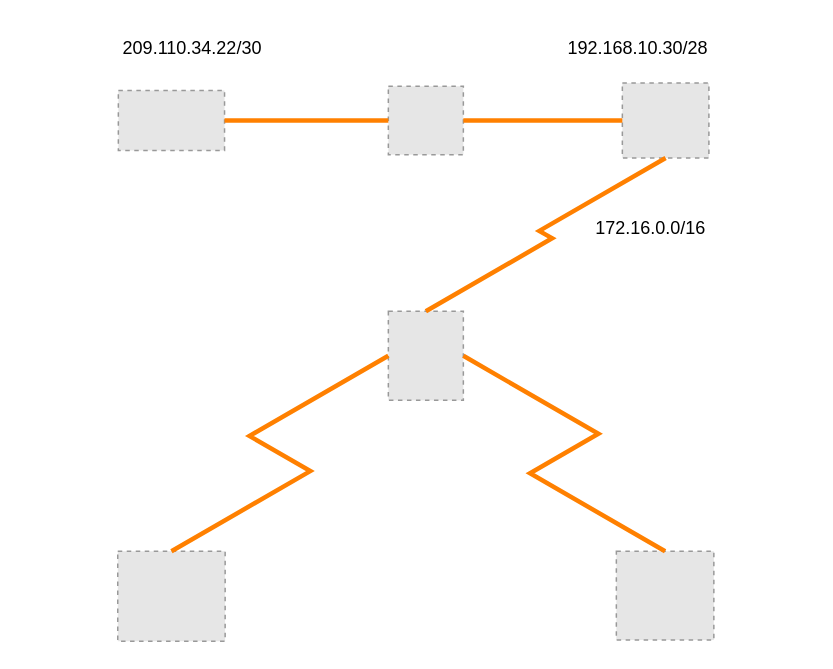
Before: Documentation/Router/静态路由案例.drawio in KerwinKwong/Draw, a draw.io diagram. Source tidied: cells renumbered, new cells numbered last; positions are measured from the earlier drawing's top-left corner, leaving out a move shared by most shapes. Both pictures are drawn from the tidied source at 150%, with x=0, y=0 at pixel (117, 26). Pictures stored in the file or linked from it are replaced by grey dashed boxes.
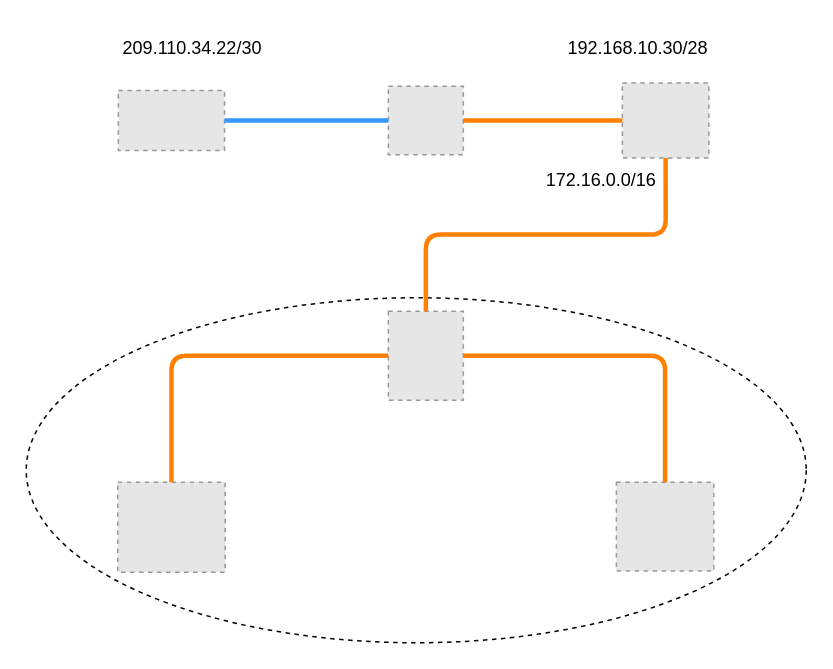
The same page after the edit.

Commit message (it also covers changes not shown here):
更新静态路由案例.drawio

The edit, as a diff of the source:
```diff
@@
 <mxGraphModel>
   <root>
     <mxCell id="0" />
     <mxCell id="1" parent="0" />
+    <mxCell id="16" style="ellipse;whiteSpace=wrap;html=1;dashed=1;fillColor=none;" parent="1" vertex="1">
+      <mxGeometry x="-61" y="181" width="520" height="230" as="geometry" />
+    </mxCell>
     <mxCell id="2" style="fillColor=#E6E6E6;strokeColor=#999999;dashed=1;verticalLabelPosition=bottom;labelBackgroundColor=default;verticalAlign=top;" parent="1" vertex="1">
       <mxGeometry x="180.4" y="40" width="50" height="45.6" as="geometry" />
     </mxCell>
     <mxCell id="3" style="fillColor=#E6E6E6;strokeColor=#999999;dashed=1;verticalLabelPosition=bottom;labelBackgroundColor=default;verticalAlign=top;" parent="1" vertex="1">
       <mxGeometry x="180.4" y="190" width="50" height="59.4" as="geometry" />
     </mxCell>
     <mxCell id="4" style="fillColor=#E6E6E6;strokeColor=#999999;dashed=1;verticalLabelPosition=bottom;labelBackgroundColor=default;verticalAlign=top;" parent="1" vertex="1">
       <mxGeometry x="336.4" y="37.8" width="57.7" height="50" as="geometry" />
     </mxCell>
     <mxCell id="5" style="fillColor=#E6E6E6;strokeColor=#999999;dashed=1;verticalLabelPosition=bottom;labelBackgroundColor=default;verticalAlign=top;" parent="1" vertex="1">
       <mxGeometry x="0.4" y="42.8" width="70.8" height="40" as="geometry" />
     </mxCell>
     <mxCell id="6" style="fillColor=#E6E6E6;strokeColor=#999999;dashed=1;verticalLabelPosition=bottom;labelBackgroundColor=default;verticalAlign=top;" parent="1" vertex="1">
-      <mxGeometry y="350" width="71.6" height="60" as="geometry" />
+      <mxGeometry y="304" width="71.6" height="60" as="geometry" />
     </mxCell>
     <mxCell id="7" style="fillColor=#E6E6E6;strokeColor=#999999;dashed=1;verticalLabelPosition=bottom;labelBackgroundColor=default;verticalAlign=top;" parent="1" vertex="1">
-      <mxGeometry x="332.4" y="350" width="65" height="59.2" as="geometry" />
+      <mxGeometry x="332.4" y="304" width="65" height="59.2" as="geometry" />
     </mxCell>
-    <mxCell id="8" style="endArrow=none;html=1;rounded=0;entryX=1;entryY=0.5;entryDx=0;entryDy=0;exitX=0;exitY=0.5;exitDx=0;exitDy=0;strokeWidth=3;strokeColor=#FF8000;" parent="1" edge="1" source="2" target="5">
+    <mxCell id="8" style="endArrow=none;html=1;rounded=0;entryX=1;entryY=0.5;entryDx=0;entryDy=0;exitX=0;exitY=0.5;exitDx=0;exitDy=0;strokeWidth=3;strokeColor=#3399FF;jumpStyle=arc;jumpSize=15;" parent="1" edge="1" source="2" target="5">
       <mxGeometry relative="1" as="geometry" />
     </mxCell>
     <mxCell id="9" style="endArrow=none;html=1;rounded=0;entryX=1;entryY=0.5;entryDx=0;entryDy=0;exitX=0;exitY=0.5;exitDx=0;exitDy=0;strokeWidth=3;strokeColor=#FF8000;" parent="1" edge="1" source="4" target="2">
       <mxGeometry relative="1" as="geometry" />
     </mxCell>
-    <mxCell id="10" style="endArrow=none;html=1;rounded=0;entryX=0.5;entryY=0;entryDx=0;entryDy=0;exitX=0.5;exitY=1;exitDx=0;exitDy=0;strokeWidth=3;strokeColor=#FF8000;edgeStyle=isometricEdgeStyle;" parent="1" edge="1" source="4" target="3">
+    <mxCell id="10" style="endArrow=none;html=1;rounded=1;entryX=0.5;entryY=0;entryDx=0;entryDy=0;exitX=0.5;exitY=1;exitDx=0;exitDy=0;strokeWidth=3;strokeColor=#FF8000;edgeStyle=orthogonalEdgeStyle;" parent="1" edge="1" source="4" target="3">
       <mxGeometry relative="1" as="geometry" />
     </mxCell>
-    <mxCell id="11" style="endArrow=none;html=1;rounded=0;entryX=0.5;entryY=0;entryDx=0;entryDy=0;exitX=0;exitY=0.5;exitDx=0;exitDy=0;strokeWidth=3;strokeColor=#FF8000;edgeStyle=isometricEdgeStyle;jumpStyle=arc;" parent="1" edge="1" source="3" target="6">
+    <mxCell id="11" style="endArrow=none;html=1;entryX=0.5;entryY=0;entryDx=0;entryDy=0;exitX=0;exitY=0.5;exitDx=0;exitDy=0;strokeWidth=3;strokeColor=#FF8000;edgeStyle=orthogonalEdgeStyle;jumpStyle=arc;rounded=1;" parent="1" edge="1" source="3" target="6">
       <mxGeometry relative="1" as="geometry" />
     </mxCell>
-    <mxCell id="12" style="endArrow=none;html=1;rounded=0;entryX=1;entryY=0.5;entryDx=0;entryDy=0;exitX=0.5;exitY=0;exitDx=0;exitDy=0;strokeWidth=3;strokeColor=#FF8000;edgeStyle=isometricEdgeStyle;elbow=vertical;" parent="1" edge="1" source="7" target="3">
+    <mxCell id="12" style="endArrow=none;html=1;rounded=1;entryX=1;entryY=0.5;entryDx=0;entryDy=0;exitX=0.5;exitY=0;exitDx=0;exitDy=0;strokeWidth=3;strokeColor=#FF8000;edgeStyle=orthogonalEdgeStyle;elbow=vertical;" parent="1" edge="1" source="7" target="3">
       <mxGeometry relative="1" as="geometry" />
     </mxCell>
     <mxCell id="13" value="192.168.10.30/28" style="text;html=1;strokeColor=none;fillColor=none;align=center;verticalAlign=middle;whiteSpace=wrap;rounded=0;" parent="1" vertex="1">
       <mxGeometry x="297.4" width="100" height="30" as="geometry" />
     </mxCell>
     <mxCell id="14" value="172.16.0.0/16" style="text;html=1;strokeColor=none;fillColor=none;align=center;verticalAlign=middle;whiteSpace=wrap;rounded=0;" parent="1" vertex="1">
-      <mxGeometry x="317.1" y="120" width="77" height="30" as="geometry" />
+      <mxGeometry x="284" y="87.8" width="77" height="30" as="geometry" />
     </mxCell>
     <mxCell id="15" value="209.110.34.22/30" style="text;html=1;strokeColor=none;fillColor=none;align=center;verticalAlign=middle;whiteSpace=wrap;rounded=0;" parent="1" vertex="1">
       <mxGeometry width="100" height="30" as="geometry" />
     </mxCell>
   </root>
 </mxGraphModel>
```
